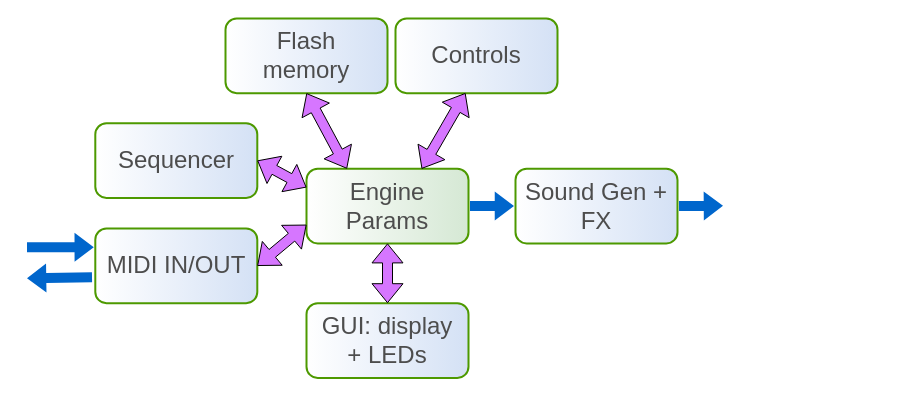
Before: hardware/Thing.drawio in copych/AcidBox, a draw.io diagram. Source tidied: cells renumbered, new cells numbered last; positions are measured from the earlier drawing's top-left corner, leaving out a move shared by most shapes. Both pictures are drawn from the tidied source at 100%, with x=0, y=0 at pixel (25, 18).
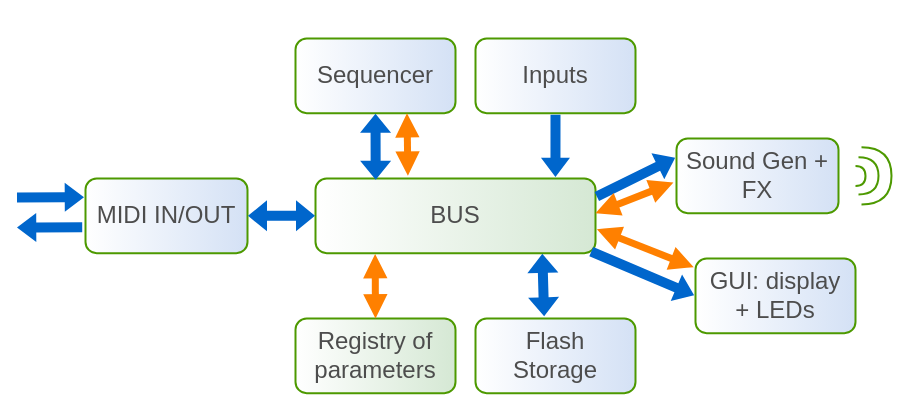
The same page after the edit.

The edit, as a diff of the source:
```diff
@@
     <mxCell id="2" value="MIDI IN/OUT" style="rounded=1;whiteSpace=wrap;html=1;shadow=0;strokeWidth=2;fillColor=#D4E1F5;gradientColor=#ffffff;fontFamily=Helvetica;fontSize=24;align=center;strokeColor=#4D9900;gradientDirection=west;fontColor=#4D4D4D;" parent="1" vertex="1">
-      <mxGeometry x="69.8" y="210" width="162" height="74.7" as="geometry" />
+      <mxGeometry x="60" y="160" width="162" height="74.7" as="geometry" />
     </mxCell>
     <mxCell id="3" value="Sound Gen + FX" style="rounded=1;whiteSpace=wrap;html=1;shadow=0;strokeWidth=2;fillColor=#D4E1F5;gradientColor=#ffffff;fontFamily=Helvetica;fontSize=24;align=center;strokeColor=#4D9900;gradientDirection=west;fontColor=#4D4D4D;" parent="1" vertex="1">
-      <mxGeometry x="490" y="150.2" width="162" height="74.7" as="geometry" />
+      <mxGeometry x="651" y="120" width="162" height="74.7" as="geometry" />
     </mxCell>
-    <mxCell id="4" value="Engine Params" style="rounded=1;whiteSpace=wrap;html=1;shadow=0;strokeWidth=2;fillColor=#D5E8D4;gradientColor=#ffffff;fontFamily=Helvetica;fontSize=24;align=center;strokeColor=#4D9900;gradientDirection=west;fontColor=#4D4D4D;" parent="1" vertex="1">
-      <mxGeometry x="281" y="150.2" width="162" height="74.7" as="geometry" />
+    <mxCell id="4" value="BUS" style="rounded=1;whiteSpace=wrap;html=1;shadow=0;strokeWidth=2;fillColor=#D5E8D4;gradientColor=#ffffff;fontFamily=Helvetica;fontSize=24;align=center;strokeColor=#4D9900;gradientDirection=west;fontColor=#4D4D4D;" parent="1" vertex="1">
+      <mxGeometry x="290" y="160" width="280" height="74.7" as="geometry" />
     </mxCell>
-    <mxCell id="5" value="Flash&lt;br&gt;memory" style="rounded=1;whiteSpace=wrap;html=1;shadow=0;strokeWidth=2;fillColor=#D4E1F5;gradientColor=#ffffff;fontFamily=Helvetica;fontSize=24;align=center;strokeColor=#4D9900;gradientDirection=west;fontColor=#4D4D4D;" parent="1" vertex="1">
-      <mxGeometry x="200" width="162" height="74.7" as="geometry" />
+    <mxCell id="5" value="Flash&lt;br&gt;Storage" style="rounded=1;whiteSpace=wrap;html=1;shadow=0;strokeWidth=2;fillColor=#D4E1F5;gradientColor=#ffffff;fontFamily=Helvetica;fontSize=24;align=center;strokeColor=#4D9900;gradientDirection=west;fontColor=#4D4D4D;" parent="1" vertex="1">
+      <mxGeometry x="450" y="300" width="160" height="74.7" as="geometry" />
     </mxCell>
     <mxCell id="6" value="GUI: display &lt;br&gt;+ LEDs" style="rounded=1;whiteSpace=wrap;html=1;shadow=0;strokeWidth=2;fillColor=#D4E1F5;gradientColor=#ffffff;fontFamily=Helvetica;fontSize=24;align=center;strokeColor=#4D9900;gradientDirection=west;fontColor=#4D4D4D;" parent="1" vertex="1">
-      <mxGeometry x="281" y="284.7" width="162" height="74.7" as="geometry" />
+      <mxGeometry x="670" y="240" width="160" height="74.7" as="geometry" />
     </mxCell>
     <mxCell id="7" style="edgeStyle=none;rounded=0;html=1;shadow=0;endArrow=blockThin;endFill=1;jettySize=auto;strokeWidth=3;fontFamily=Helvetica;fontSize=18;align=center;shape=flexArrow;strokeColor=none;fillColor=#0066CC;endWidth=16;endSize=5.42;width=8;sourcePerimeterSpacing=-2;dashed=1;fontColor=#4D4D4D;entryX=0;entryY=0.25;entryDx=0;entryDy=0;" parent="1" edge="1" target="2">
       <mxGeometry relative="1" as="geometry">
-        <mxPoint y="228.8" as="sourcePoint" />
+        <mxPoint x="-10" y="179" as="sourcePoint" />
       </mxGeometry>
     </mxCell>
     <mxCell id="8" style="edgeStyle=none;rounded=0;html=1;shadow=0;endArrow=blockThin;endFill=1;jettySize=auto;strokeWidth=3;fontFamily=Helvetica;fontSize=18;align=center;shape=flexArrow;strokeColor=none;fillColor=#0066CC;endWidth=16;endSize=5.42;width=8;sourcePerimeterSpacing=-2;dashed=1;fontColor=#4D4D4D;exitX=-0.011;exitY=0.653;exitDx=0;exitDy=0;exitPerimeter=0;" parent="1" edge="1" source="2">
       <mxGeometry relative="1" as="geometry">
-        <mxPoint y="259.8" as="targetPoint" />
+        <mxPoint x="-10" y="209" as="targetPoint" />
       </mxGeometry>
     </mxCell>
-    <mxCell id="9" style="edgeStyle=none;rounded=0;html=1;shadow=0;endArrow=blockThin;endFill=1;jettySize=auto;strokeWidth=3;fontFamily=Helvetica;fontSize=18;align=center;shape=flexArrow;strokeColor=none;fillColor=#0066CC;endWidth=16;endSize=5.42;width=8;sourcePerimeterSpacing=-2;dashed=1;fontColor=#4D4D4D;entryX=0;entryY=0.5;entryDx=0;entryDy=0;exitX=1;exitY=0.5;exitDx=0;exitDy=0;" parent="1" edge="1" source="4" target="3">
+    <mxCell id="9" style="edgeStyle=none;rounded=0;html=1;shadow=0;endArrow=blockThin;endFill=1;jettySize=auto;strokeWidth=3;fontFamily=Helvetica;fontSize=18;align=center;shape=flexArrow;strokeColor=none;fillColor=#0066CC;endWidth=16;endSize=5.42;width=8;sourcePerimeterSpacing=-2;dashed=1;fontColor=#4D4D4D;entryX=0;entryY=0.25;entryDx=0;entryDy=0;exitX=1;exitY=0.25;exitDx=0;exitDy=0;" parent="1" edge="1" source="4" target="3">
       <mxGeometry relative="1" as="geometry" />
     </mxCell>
-    <mxCell id="10" style="edgeStyle=none;rounded=0;html=1;shadow=0;endArrow=blockThin;endFill=1;jettySize=auto;strokeWidth=3;fontFamily=Helvetica;fontSize=18;align=center;shape=flexArrow;strokeColor=none;fillColor=#0066CC;endWidth=16;endSize=5.42;width=8;sourcePerimeterSpacing=-2;dashed=1;fontColor=#4D4D4D;entryX=0;entryY=0.5;entryDx=0;entryDy=0;exitX=1;exitY=0.5;exitDx=0;exitDy=0;" parent="1" edge="1" source="3">
-      <mxGeometry relative="1" as="geometry">
-        <mxPoint x="699" y="187.3" as="targetPoint" />
-      </mxGeometry>
-    </mxCell>
     <mxCell id="11" value="Sequencer" style="rounded=1;whiteSpace=wrap;html=1;shadow=0;strokeWidth=2;fillColor=#D4E1F5;gradientColor=#ffffff;fontFamily=Helvetica;fontSize=24;align=center;strokeColor=#4D9900;gradientDirection=west;fontColor=#4D4D4D;" parent="1" vertex="1">
-      <mxGeometry x="69.8" y="104.7" width="162" height="74.7" as="geometry" />
+      <mxGeometry x="270" y="20" width="160" height="74.7" as="geometry" />
     </mxCell>
-    <mxCell id="12" style="shape=flexArrow;endArrow=classic;startArrow=classic;html=1;rounded=0;fillColor=#D676FF;exitX=0;exitY=0.25;exitDx=0;exitDy=0;entryX=1;entryY=0.5;entryDx=0;entryDy=0;" parent="1" edge="1" source="4" target="11">
-      <mxGeometry relative="1" as="geometry" />
-    </mxCell>
-    <mxCell id="13" style="shape=flexArrow;endArrow=classic;startArrow=classic;html=1;rounded=0;fillColor=#D676FF;exitX=0;exitY=0.75;exitDx=0;exitDy=0;entryX=1;entryY=0.5;entryDx=0;entryDy=0;" parent="1" edge="1" source="4" target="2">
-      <mxGeometry relative="1" as="geometry" />
-    </mxCell>
-    <mxCell id="14" style="shape=flexArrow;endArrow=classic;startArrow=classic;html=1;rounded=0;fillColor=#D676FF;exitX=0.5;exitY=1;exitDx=0;exitDy=0;entryX=0.5;entryY=0;entryDx=0;entryDy=0;" parent="1" edge="1" source="4" target="6">
-      <mxGeometry relative="1" as="geometry" />
-    </mxCell>
-    <mxCell id="15" style="shape=flexArrow;endArrow=classic;startArrow=classic;html=1;rounded=0;fillColor=#D676FF;exitX=0.5;exitY=1;exitDx=0;exitDy=0;entryX=0.25;entryY=0;entryDx=0;entryDy=0;" parent="1" edge="1" source="5" target="4">
-      <mxGeometry relative="1" as="geometry" />
-    </mxCell>
-    <mxCell id="16" value="Controls" style="rounded=1;whiteSpace=wrap;html=1;shadow=0;strokeWidth=2;fillColor=#D4E1F5;gradientColor=#ffffff;fontFamily=Helvetica;fontSize=24;align=center;strokeColor=#4D9900;gradientDirection=west;fontColor=#4D4D4D;" parent="1" vertex="1">
-      <mxGeometry x="370" width="162" height="74.7" as="geometry" />
+    <mxCell id="16" value="Inputs" style="rounded=1;whiteSpace=wrap;html=1;shadow=0;strokeWidth=2;fillColor=#D4E1F5;gradientColor=#ffffff;fontFamily=Helvetica;fontSize=24;align=center;strokeColor=#4D9900;gradientDirection=west;fontColor=#4D4D4D;" parent="1" vertex="1">
+      <mxGeometry x="450" y="20" width="160" height="74.7" as="geometry" />
     </mxCell>
-    <mxCell id="17" style="shape=flexArrow;endArrow=classic;startArrow=classic;html=1;rounded=0;fillColor=#D676FF;exitX=0.432;exitY=0.998;exitDx=0;exitDy=0;entryX=0.711;entryY=0.001;entryDx=0;entryDy=0;entryPerimeter=0;exitPerimeter=0;" parent="1" edge="1" source="16" target="4">
+    <mxCell id="17" style="edgeStyle=none;rounded=0;html=1;shadow=0;endArrow=blockThin;endFill=1;jettySize=auto;strokeWidth=3;fontFamily=Helvetica;fontSize=18;align=center;shape=flexArrow;strokeColor=none;fillColor=#0066CC;endWidth=16;endSize=5.42;width=8;sourcePerimeterSpacing=-2;dashed=1;fontColor=#4D4D4D;entryX=0.857;entryY=0;entryDx=0;entryDy=0;entryPerimeter=0;exitX=0.5;exitY=1;exitDx=0;exitDy=0;" parent="1" edge="1" source="16" target="4">
       <mxGeometry relative="1" as="geometry" />
     </mxCell>
+    <mxCell id="18" style="shape=flexArrow;endArrow=classic;startArrow=classic;html=1;rounded=0;fillColor=#0066CC;strokeColor=none;entryX=0;entryY=0.5;entryDx=0;entryDy=0;exitX=1;exitY=0.5;exitDx=0;exitDy=0;" parent="1" edge="1" source="2" target="4">
+      <mxGeometry relative="1" as="geometry" />
+    </mxCell>
+    <mxCell id="12" style="shape=flexArrow;endArrow=classic;startArrow=classic;html=1;rounded=0;fillColor=#0066CC;strokeColor=none;entryX=0.5;entryY=1;entryDx=0;entryDy=0;exitX=0.215;exitY=0.023;exitDx=0;exitDy=0;exitPerimeter=0;" parent="1" edge="1" source="4" target="11">
+      <mxGeometry relative="1" as="geometry" />
+    </mxCell>
+    <mxCell id="15" style="shape=flexArrow;endArrow=classic;startArrow=classic;html=1;rounded=0;fillColor=#0066CC;strokeColor=none;exitX=0.429;exitY=-0.023;exitDx=0;exitDy=0;entryX=0.81;entryY=1.002;entryDx=0;entryDy=0;entryPerimeter=0;exitPerimeter=0;" parent="1" edge="1" source="5" target="4">
+      <mxGeometry relative="1" as="geometry" />
+    </mxCell>
+    <mxCell id="19" value="Registry of&lt;br&gt;parameters" style="rounded=1;whiteSpace=wrap;html=1;shadow=0;strokeWidth=2;fillColor=#D5E8D4;gradientColor=#ffffff;fontFamily=Helvetica;fontSize=24;align=center;strokeColor=#4D9900;gradientDirection=west;fontColor=#4D4D4D;" parent="1" vertex="1">
+      <mxGeometry x="270" y="300" width="160" height="74.7" as="geometry" />
+    </mxCell>
+    <mxCell id="14" style="edgeStyle=none;rounded=0;html=1;shadow=0;endArrow=blockThin;endFill=1;jettySize=auto;strokeWidth=3;fontFamily=Helvetica;fontSize=18;align=center;shape=flexArrow;strokeColor=none;fillColor=#0066CC;endWidth=16;endSize=5.42;width=8;sourcePerimeterSpacing=-2;dashed=1;fontColor=#4D4D4D;entryX=0;entryY=0.5;entryDx=0;entryDy=0;exitX=0.98;exitY=0.97;exitDx=0;exitDy=0;exitPerimeter=0;" parent="1" edge="1" source="4" target="6">
+      <mxGeometry relative="1" as="geometry" />
+    </mxCell>
+    <mxCell id="20" style="endArrow=block;startArrow=block;html=1;rounded=0;exitX=0.5;exitY=0;exitDx=0;exitDy=0;strokeColor=#FF8000;strokeWidth=7;startFill=1;endFill=1;entryX=0.213;entryY=1.011;entryDx=0;entryDy=0;entryPerimeter=0;" parent="1" edge="1" source="19" target="4">
+      <mxGeometry relative="1" as="geometry" />
+    </mxCell>
+    <mxCell id="21" style="group;" parent="1" vertex="1">
+      <mxGeometry x="830" y="128.7" width="36" height="57.3" as="geometry" />
+    </mxCell>
+    <mxCell id="22" style="shape=requiredInterface;html=1;verticalLabelPosition=bottom;sketch=0;strokeWidth=2;fillColor=none;strokeColor=light-dark(#4d9900, #ededed);" parent="21" vertex="1">
+      <mxGeometry y="18.7" width="10" height="20" as="geometry" />
+    </mxCell>
+    <mxCell id="23" style="shape=requiredInterface;html=1;verticalLabelPosition=bottom;sketch=0;strokeWidth=2;fillColor=none;strokeColor=light-dark(#4d9900, #ededed);" parent="21" vertex="1">
+      <mxGeometry x="3" y="10" width="20" height="37.3" as="geometry" />
+    </mxCell>
+    <mxCell id="24" style="shape=requiredInterface;html=1;verticalLabelPosition=bottom;sketch=0;strokeWidth=2;fillColor=none;strokeColor=light-dark(#4d9900, #ededed);" parent="21" vertex="1">
+      <mxGeometry x="6" width="30" height="57.3" as="geometry" />
+    </mxCell>
+    <mxCell id="25" style="endArrow=block;startArrow=block;html=1;rounded=0;exitX=-0.011;exitY=0.117;exitDx=0;exitDy=0;strokeColor=#FF8000;strokeWidth=7;startFill=1;endFill=1;entryX=1.005;entryY=0.679;entryDx=0;entryDy=0;entryPerimeter=0;exitPerimeter=0;" parent="1" edge="1" source="6" target="4">
+      <mxGeometry relative="1" as="geometry" />
+    </mxCell>
+    <mxCell id="26" style="endArrow=block;startArrow=block;html=1;rounded=0;exitX=0.33;exitY=-0.037;exitDx=0;exitDy=0;strokeColor=#FF8000;strokeWidth=7;startFill=1;endFill=1;entryX=1.005;entryY=0.679;entryDx=0;entryDy=0;entryPerimeter=0;exitPerimeter=0;" parent="1" edge="1" source="4">
+      <mxGeometry relative="1" as="geometry">
+        <mxPoint x="381.5" y="94.7" as="targetPoint" />
+      </mxGeometry>
+    </mxCell>
+    <mxCell id="27" style="endArrow=block;startArrow=block;html=1;rounded=0;exitX=-0.019;exitY=0.589;exitDx=0;exitDy=0;strokeColor=#FF8000;strokeWidth=7;startFill=1;endFill=1;entryX=1.005;entryY=0.679;entryDx=0;entryDy=0;entryPerimeter=0;exitPerimeter=0;" parent="1" edge="1" source="3">
+      <mxGeometry relative="1" as="geometry">
+        <mxPoint x="570" y="194.7" as="targetPoint" />
+      </mxGeometry>
+    </mxCell>
```
